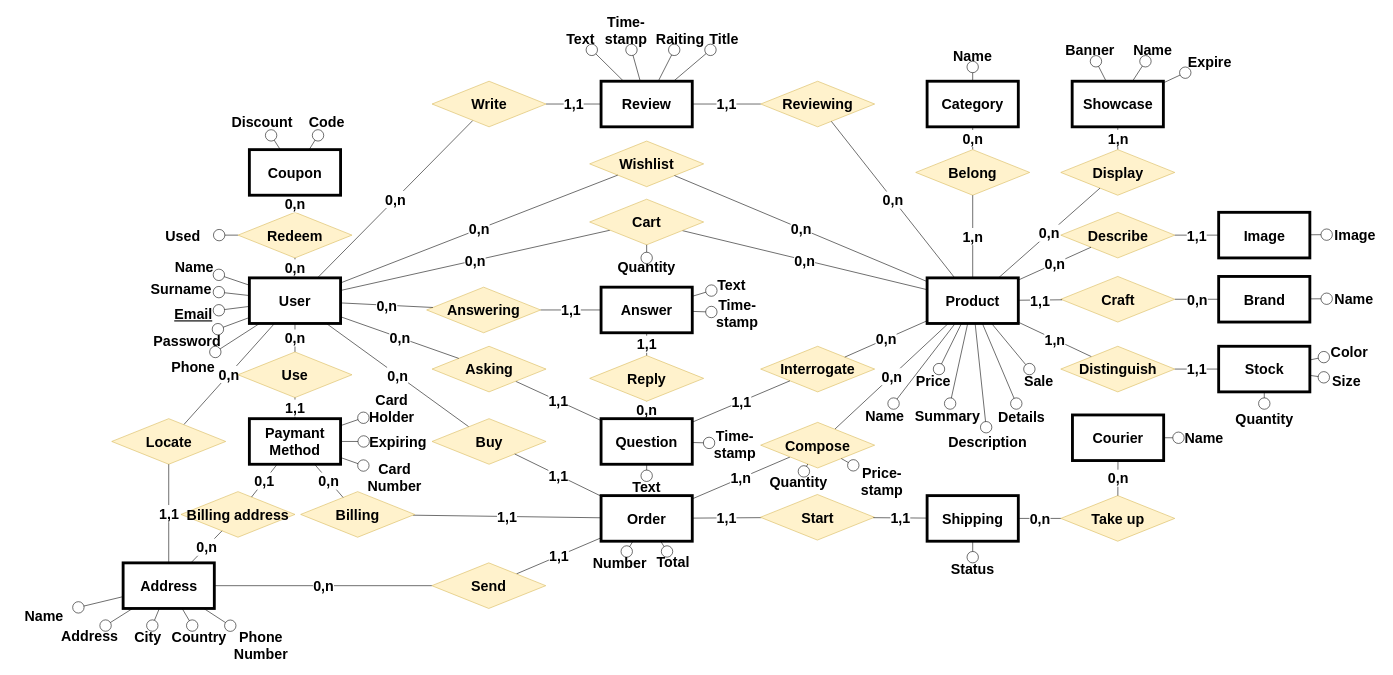
Above: Tecnologie del web.drawio in Coccio98/Tecnologie-del-web (draw.io), before the change. Source tidied: cells renumbered, new cells numbered last; positions are measured from the earlier drawing's top-left corner, leaving out a move shared by most shapes. Both pictures are drawn from the tidied source at 57%, with x=0, y=0 at pixel (10, 10).
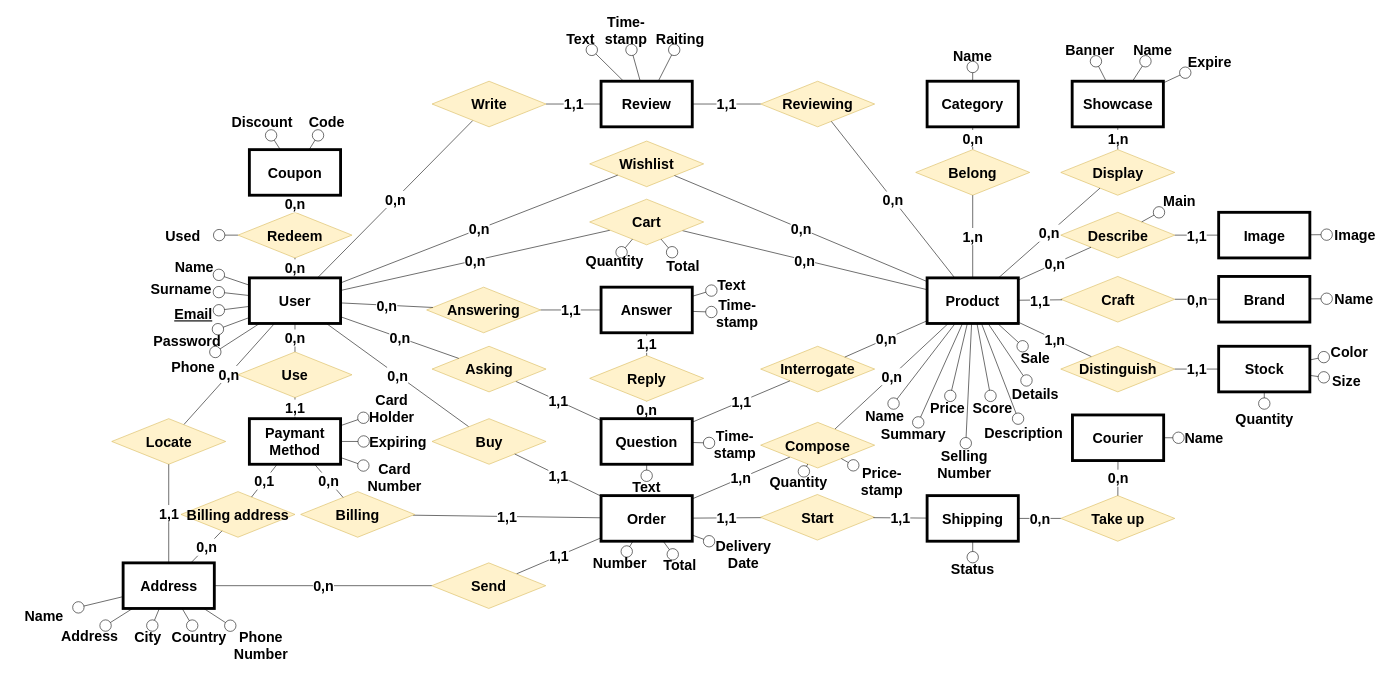
After the change.

Unchanged cells that the change refers to:
```xml
<mxCell id="44" value="Describe" style="rhombus;whiteSpace=wrap;html=1;fontSize=25;fontStyle=1;fillColor=#fff2cc;strokeColor=#d6b656;" parent="1" vertex="1">
  <mxGeometry x="1843.5" y="355" width="200" height="80" as="geometry" />
</mxCell>
<mxCell id="74" value="Order" style="rounded=0;whiteSpace=wrap;html=1;fontSize=25;fontStyle=1;strokeWidth=5;" parent="1" vertex="1">
  <mxGeometry x="1037" y="852" width="160" height="80" as="geometry" />
</mxCell>
<mxCell id="76" value="Cart" style="rhombus;whiteSpace=wrap;html=1;fontSize=25;fontStyle=1;fillColor=#fff2cc;strokeColor=#d6b656;" parent="1" vertex="1">
  <mxGeometry x="1017" y="332" width="200" height="80" as="geometry" />
</mxCell>
<mxCell id="80" value="Review" style="rounded=0;whiteSpace=wrap;html=1;fontSize=25;fontStyle=1;strokeWidth=5;" parent="1" vertex="1">
  <mxGeometry x="1037" y="125" width="160" height="80" as="geometry" />
</mxCell>
<mxCell id="81" value="Product" style="rounded=0;whiteSpace=wrap;html=1;fontSize=25;fontStyle=1;strokeWidth=5;" parent="1" vertex="1">
  <mxGeometry x="1609" y="470" width="160" height="80" as="geometry" />
</mxCell>
```

What changed in the source:
```diff
@@
     <mxCell id="114" value="Total" style="text;html=1;strokeColor=none;fillColor=none;align=center;verticalAlign=middle;whiteSpace=wrap;rounded=0;fontSize=25;fontStyle=1;" parent="1" vertex="1">
-      <mxGeometry x="1130" y="950" width="67" height="35" as="geometry" />
+      <mxGeometry x="1142" y="955" width="67" height="35" as="geometry" />
     </mxCell>
@@
-    <mxCell id="135" value="Title" style="text;html=1;strokeColor=none;fillColor=none;align=center;verticalAlign=middle;whiteSpace=wrap;rounded=0;fontSize=25;fontStyle=1;" parent="1" vertex="1">
-      <mxGeometry x="1222.5" y="30" width="60" height="40" as="geometry" />
-    </mxCell>
-    <mxCell id="136" style="endArrow=none;html=1;fontSize=25;startArrow=oval;startFill=0;startSize=20;fontStyle=1;" parent="1" edge="1" source="135" target="80">
-      <mxGeometry relative="1" as="geometry" />
-    </mxCell>
@@
     <mxCell id="145" value="Summary" style="text;html=1;strokeColor=none;fillColor=none;align=center;verticalAlign=middle;whiteSpace=wrap;rounded=0;fontSize=25;fontStyle=1;" parent="1" vertex="1">
-      <mxGeometry x="1570" y="690.5" width="150" height="40" as="geometry" />
+      <mxGeometry x="1509.5" y="723.5" width="150" height="40" as="geometry" />
     </mxCell>
@@
-    <mxCell id="147" value="Price" style="text;html=1;strokeColor=none;fillColor=none;align=center;verticalAlign=middle;whiteSpace=wrap;rounded=0;fontSize=25;fontStyle=1;" parent="1" vertex="1">
-      <mxGeometry x="1570" y="630" width="100" height="40" as="geometry" />
-    </mxCell>
@@
     <mxCell id="149" value="Sale" style="text;html=1;strokeColor=none;fillColor=none;align=center;verticalAlign=middle;whiteSpace=wrap;rounded=0;fontSize=25;fontStyle=1;" parent="1" vertex="1">
-      <mxGeometry x="1760" y="630" width="90" height="40" as="geometry" />
+      <mxGeometry x="1753.5" y="590" width="90" height="40" as="geometry" />
     </mxCell>
@@
     <mxCell id="151" value="Description" style="text;html=1;strokeColor=none;fillColor=none;align=center;verticalAlign=middle;whiteSpace=wrap;rounded=0;fontSize=25;fontStyle=1;" parent="1" vertex="1">
-      <mxGeometry x="1630" y="732" width="170.5" height="50" as="geometry" />
+      <mxGeometry x="1693" y="717" width="170.5" height="50" as="geometry" />
     </mxCell>
@@
     <mxCell id="153" value="Details" style="text;html=1;strokeColor=none;fillColor=none;align=center;verticalAlign=middle;whiteSpace=wrap;rounded=0;fontSize=25;fontStyle=1;" parent="1" vertex="1">
-      <mxGeometry x="1720" y="690.5" width="110" height="45" as="geometry" />
+      <mxGeometry x="1743.5" y="650" width="110" height="45" as="geometry" />
     </mxCell>
@@
     <mxCell id="155" value="Quantity" style="text;html=1;strokeColor=none;fillColor=none;align=center;verticalAlign=middle;whiteSpace=wrap;rounded=0;fontSize=25;fontStyle=1;" parent="1" vertex="1">
-      <mxGeometry x="1057" y="435" width="120" height="30" as="geometry" />
+      <mxGeometry x="1000.5" y="425" width="120" height="30" as="geometry" />
     </mxCell>
@@
+    <mxCell id="179" value="Score" style="text;html=1;strokeColor=none;fillColor=none;align=center;verticalAlign=middle;whiteSpace=wrap;rounded=0;fontSize=25;fontStyle=1;" parent="1" vertex="1">
+      <mxGeometry x="1679" y="677" width="90" height="40" as="geometry" />
+    </mxCell>
+    <mxCell id="180" style="endArrow=none;html=1;fontSize=25;startArrow=oval;startFill=0;startSize=20;fontStyle=1;" parent="1" edge="1" source="179" target="81">
+      <mxGeometry relative="1" as="geometry" />
+    </mxCell>
+    <mxCell id="181" value="Selling Number" style="text;html=1;strokeColor=none;fillColor=none;align=center;verticalAlign=middle;whiteSpace=wrap;rounded=0;fontSize=25;fontStyle=1;" parent="1" vertex="1">
+      <mxGeometry x="1616.4" y="760" width="117.4" height="73" as="geometry" />
+    </mxCell>
+    <mxCell id="182" style="endArrow=none;html=1;fontSize=25;startArrow=oval;startFill=0;startSize=20;fontStyle=1;" parent="1" edge="1" source="181" target="81">
+      <mxGeometry relative="1" as="geometry" />
+    </mxCell>
+    <mxCell id="183" value="Main" style="text;html=1;strokeColor=none;fillColor=none;align=center;verticalAlign=middle;whiteSpace=wrap;rounded=0;fontSize=25;fontStyle=1;" parent="1" vertex="1">
+      <mxGeometry x="2007" y="315" width="90" height="40" as="geometry" />
+    </mxCell>
+    <mxCell id="184" style="endArrow=none;html=1;fontSize=25;startArrow=oval;startFill=0;startSize=20;fontStyle=1;" parent="1" edge="1" source="183" target="44">
+      <mxGeometry relative="1" as="geometry" />
+    </mxCell>
+    <mxCell id="147" value="Price" style="text;html=1;strokeColor=none;fillColor=none;align=center;verticalAlign=middle;whiteSpace=wrap;rounded=0;fontSize=25;fontStyle=1;" parent="1" vertex="1">
+      <mxGeometry x="1570" y="677" width="150" height="40" as="geometry" />
+    </mxCell>
+    <mxCell id="185" value="Total" style="text;html=1;strokeColor=none;fillColor=none;align=center;verticalAlign=middle;whiteSpace=wrap;rounded=0;fontSize=25;fontStyle=1;" parent="1" vertex="1">
+      <mxGeometry x="1120.5" y="425" width="120" height="45" as="geometry" />
+    </mxCell>
+    <mxCell id="186" style="endArrow=none;html=1;fontSize=25;startArrow=oval;startFill=0;startSize=20;fontStyle=1;" parent="1" edge="1" source="185" target="76">
+      <mxGeometry relative="1" as="geometry" />
+    </mxCell>
+    <mxCell id="187" value="Delivery Date" style="text;html=1;strokeColor=none;fillColor=none;align=center;verticalAlign=middle;whiteSpace=wrap;rounded=0;fontSize=25;fontStyle=1;" parent="1" vertex="1">
+      <mxGeometry x="1226.5" y="918" width="120" height="72" as="geometry" />
+    </mxCell>
+    <mxCell id="188" style="endArrow=none;html=1;fontSize=25;startArrow=oval;startFill=0;startSize=20;fontStyle=1;" parent="1" edge="1" source="187" target="74">
+      <mxGeometry relative="1" as="geometry" />
+    </mxCell>
```
